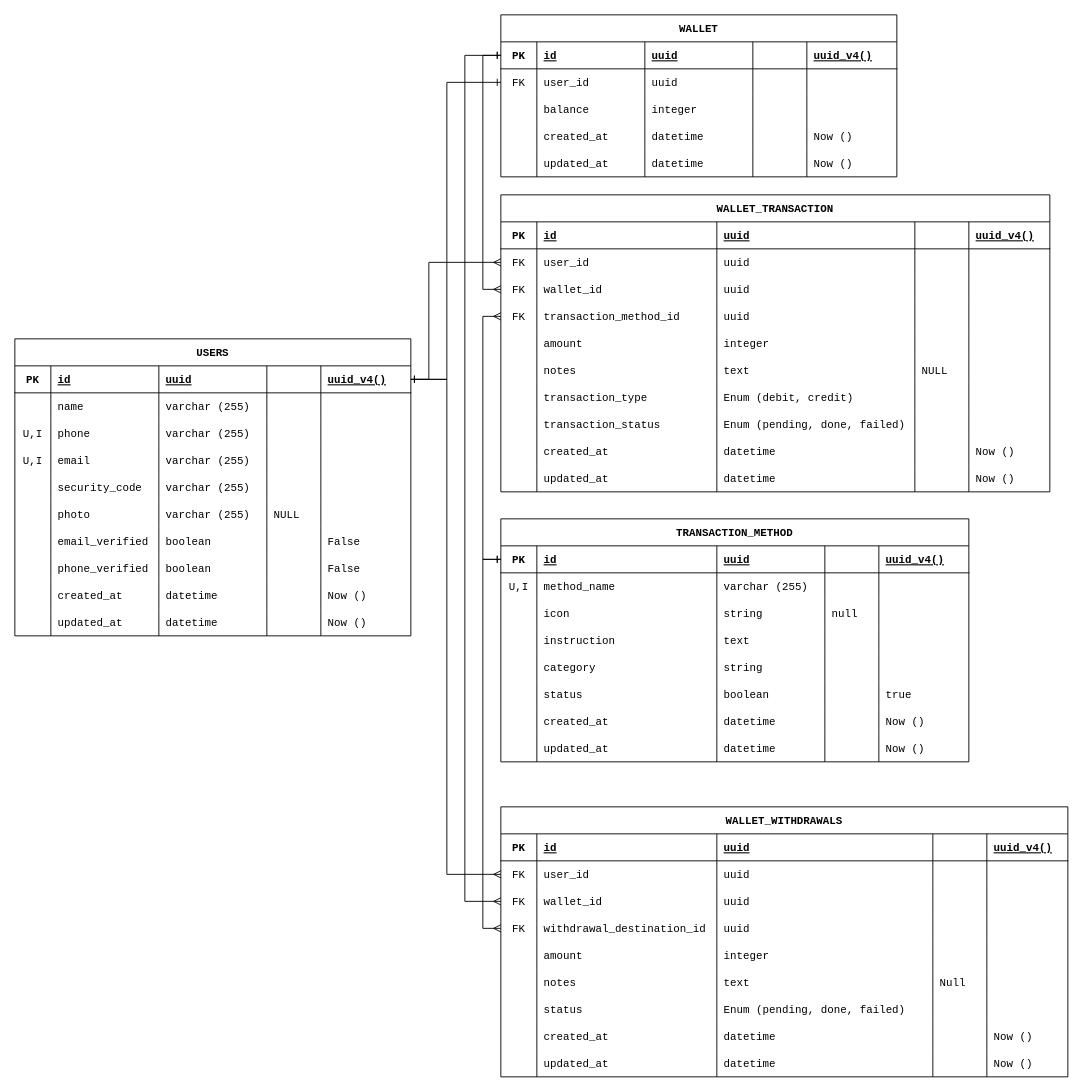
Earlier version of the draw.io diagram requirements/Database ERD.drawio (foxxxesky/Final-Projects-Backend-OVO). Source tidied: cells renumbered, new cells numbered last; positions are measured from the earlier drawing's top-left corner, leaving out a move shared by most shapes. Both pictures are drawn from the tidied source at 90%, with x=0, y=0 at pixel (14, 14).
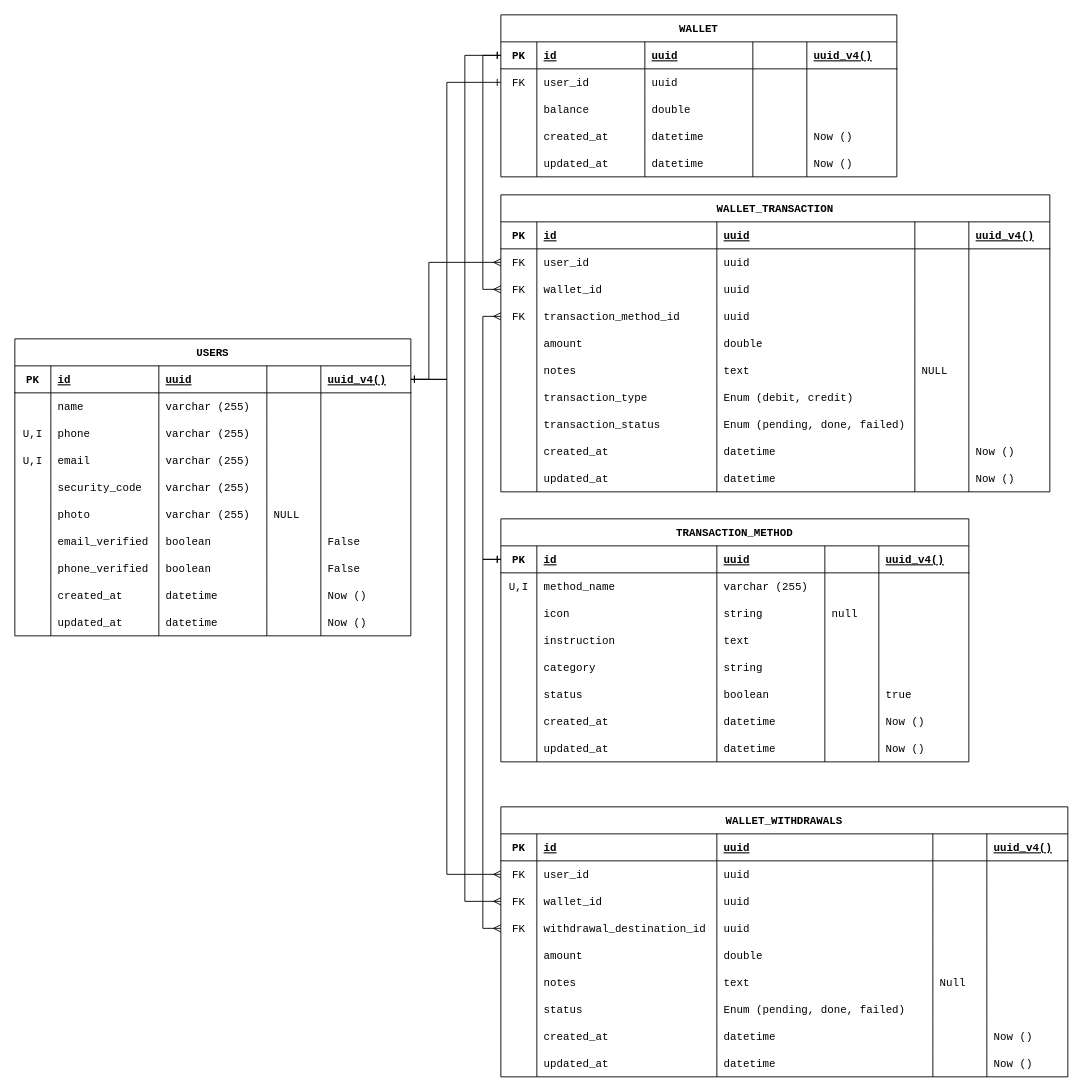
Above is the later version.

Unchanged cells that the change refers to:
```xml
<mxCell id="76" style="shape=tableRow;horizontal=0;startSize=0;swimlaneHead=0;swimlaneBody=0;fillColor=none;top=0;left=0;right=0;bottom=0;fontFamily=Courier New;" parent="63" vertex="1">
  <mxGeometry y="90" width="440" height="30" as="geometry" />
</mxCell>
<mxCell id="120" style="shape=tableRow;horizontal=0;startSize=0;swimlaneHead=0;swimlaneBody=0;fillColor=none;top=0;left=0;right=0;bottom=0;fontFamily=Courier New;" parent="95" vertex="1">
  <mxGeometry y="150" width="610" height="30" as="geometry" />
</mxCell>
<mxCell id="233" style="shape=tableRow;horizontal=0;startSize=0;swimlaneHead=0;swimlaneBody=0;fillColor=none;top=0;left=0;right=0;bottom=0;fontFamily=Courier New;" parent="208" vertex="1">
  <mxGeometry y="150" width="630" height="30" as="geometry" />
</mxCell>
```

Change to the diagram source:
```diff
@@
-    <mxCell id="79" value="integer" style="shape=partialRectangle;fillColor=none;top=0;left=0;bottom=0;right=0;align=left;spacingLeft=6;overflow=hidden;fontFamily=Courier New;" parent="76" vertex="1">
+    <mxCell id="79" value="double" style="shape=partialRectangle;fillColor=none;top=0;left=0;bottom=0;right=0;align=left;spacingLeft=6;overflow=hidden;fontFamily=Courier New;" parent="76" vertex="1">
       <mxGeometry x="160" width="120" height="30" as="geometry" />
     </mxCell>
@@
-    <mxCell id="123" value="integer" style="shape=partialRectangle;fillColor=none;top=0;left=0;bottom=0;right=0;align=left;spacingLeft=6;overflow=hidden;fontFamily=Courier New;" parent="120" vertex="1">
+    <mxCell id="123" value="double" style="shape=partialRectangle;fillColor=none;top=0;left=0;bottom=0;right=0;align=left;spacingLeft=6;overflow=hidden;fontFamily=Courier New;" parent="120" vertex="1">
       <mxGeometry x="240" width="220" height="30" as="geometry" />
     </mxCell>
@@
-    <mxCell id="236" value="integer" style="shape=partialRectangle;fillColor=none;top=0;left=0;bottom=0;right=0;align=left;spacingLeft=6;overflow=hidden;fontFamily=Courier New;" parent="233" vertex="1">
+    <mxCell id="236" value="double" style="shape=partialRectangle;fillColor=none;top=0;left=0;bottom=0;right=0;align=left;spacingLeft=6;overflow=hidden;fontFamily=Courier New;" parent="233" vertex="1">
       <mxGeometry x="240" width="240" height="30" as="geometry" />
     </mxCell>
```
